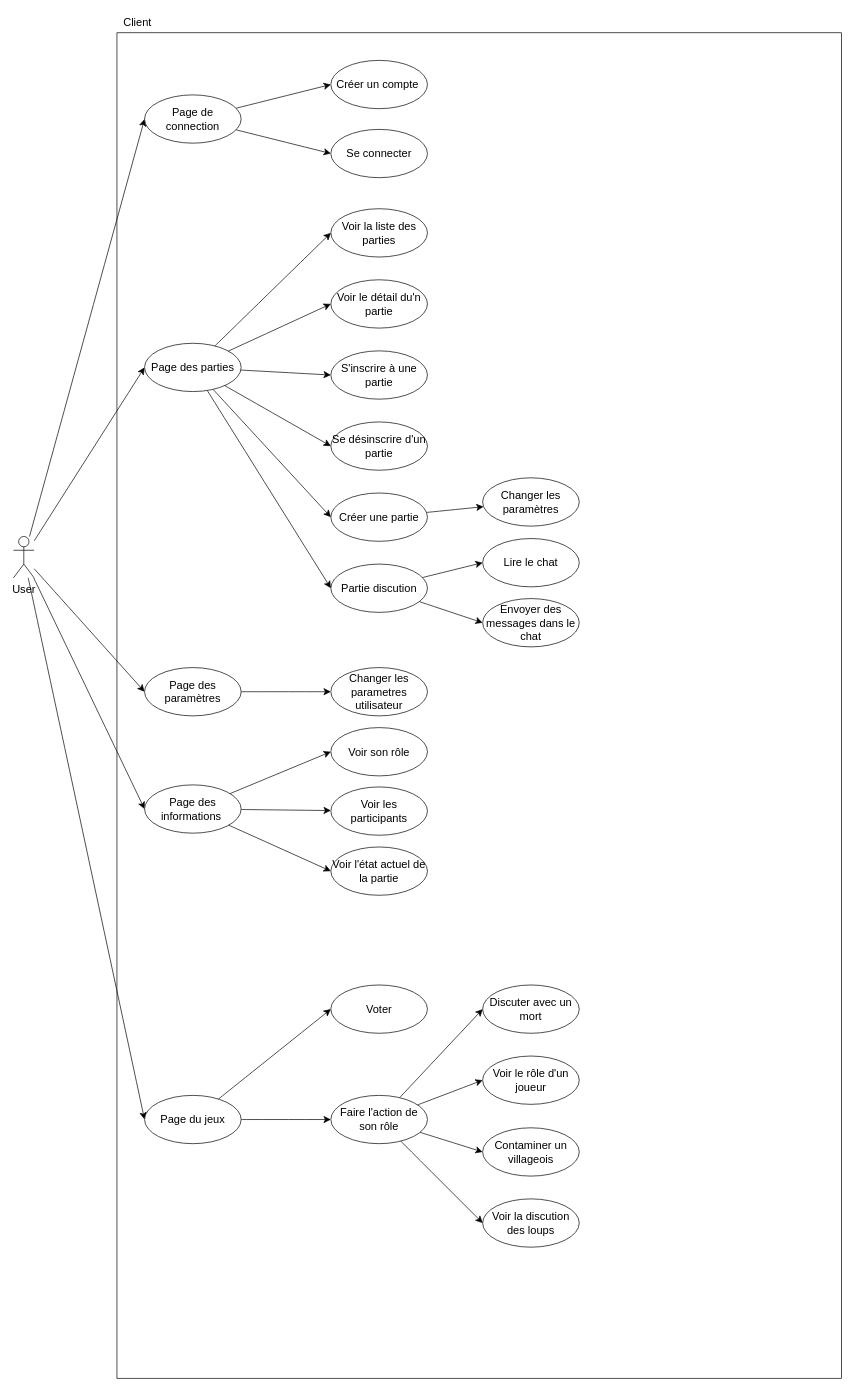
The draw.io diagram documentation/client/use_case_client.drawio in gfhuth/werewolf, before the edit. Source tidied: cells renumbered, new cells numbered last; positions are measured from the earlier drawing's top-left corner, leaving out a move shared by most shapes. Both pictures are drawn from the tidied source at 69%, with x=0, y=0 at pixel (13, 12).
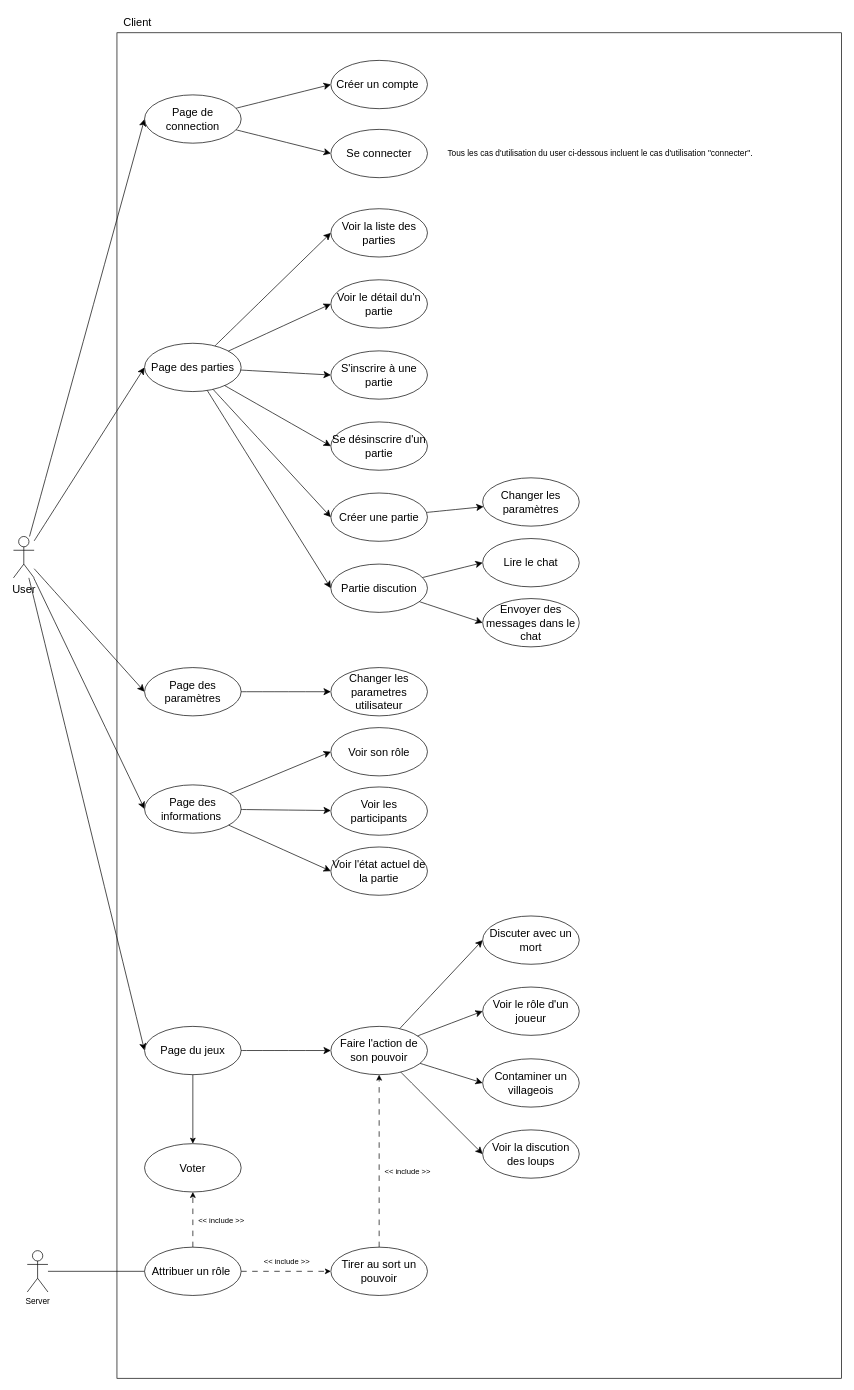
Above is the later version.

Commit message (it also covers changes not shown here):
use case diagramme

The change refers to these unchanged cells:
```xml
<mxCell id="17" value="Page du jeux" style="ellipse;whiteSpace=wrap;html=1;fontSize=16;" parent="10" vertex="1">
  <mxGeometry y="240" width="140" height="70" as="geometry" />
</mxCell>
```

The edit, as a diff of the source:
```diff
@@
     <mxCell id="10" style="group;" parent="1" vertex="1">
-      <mxGeometry x="190" y="1330" width="630" height="460" as="geometry" />
+      <mxGeometry x="190" y="1230" width="630" height="460" as="geometry" />
     </mxCell>
-    <mxCell id="11" value="Voter" style="ellipse;whiteSpace=wrap;html=1;fontSize=16;" parent="10" vertex="1">
-      <mxGeometry x="270" y="80" width="140" height="70" as="geometry" />
-    </mxCell>
@@
-    <mxCell id="13" value="Faire l'action de son rôle" style="ellipse;whiteSpace=wrap;html=1;fontSize=16;" parent="10" vertex="1">
+    <mxCell id="13" value="Faire l'action de son pouvoir" style="ellipse;whiteSpace=wrap;html=1;fontSize=16;" parent="10" vertex="1">
       <mxGeometry x="270" y="240" width="140" height="70" as="geometry" />
     </mxCell>
@@
-    <mxCell id="22" style="edgeStyle=none;curved=1;rounded=0;jettySize=auto;html=1;entryX=0;entryY=0.5;entryDx=0;entryDy=0;fontSize=12;startSize=8;endSize=8;" parent="10" edge="1" source="17" target="11">
-      <mxGeometry relative="1" as="geometry" />
-    </mxCell>
@@
+    <mxCell id="62" style="edgeStyle=none;html=1;entryX=0;entryY=0.5;entryDx=0;entryDy=0;endArrow=none;endFill=0;" parent="1" edge="1" source="63" target="68">
+      <mxGeometry relative="1" as="geometry" />
+    </mxCell>
+    <mxCell id="63" value="Server" style="shape=umlActor;verticalLabelPosition=bottom;verticalAlign=top;html=1;" parent="1" vertex="1">
+      <mxGeometry x="20" y="1795" width="30" height="60" as="geometry" />
+    </mxCell>
+    <mxCell id="64" style="edgeStyle=none;html=1;entryX=0;entryY=0.5;entryDx=0;entryDy=0;dashed=1;dashPattern=8 8;" parent="1" edge="1" source="68" target="71">
+      <mxGeometry relative="1" as="geometry" />
+    </mxCell>
+    <mxCell id="65" value="&amp;lt;&amp;lt; include &amp;gt;&amp;gt;" style="edgeLabel;html=1;align=center;verticalAlign=middle;" parent="64" vertex="1">
+      <mxGeometry x="-0.01" y="-3" relative="1" as="geometry">
+        <mxPoint x="1" y="-18" as="offset" />
+      </mxGeometry>
+    </mxCell>
+    <mxCell id="66" style="edgeStyle=none;html=1;entryX=0.5;entryY=1;entryDx=0;entryDy=0;dashed=1;dashPattern=8 8;endArrow=classic;endFill=1;" parent="1" edge="1" source="68" target="11">
+      <mxGeometry relative="1" as="geometry" />
+    </mxCell>
+    <mxCell id="67" value="&amp;lt;&amp;lt; include &amp;gt;&amp;gt;" style="edgeLabel;html=1;align=center;verticalAlign=middle;" parent="66" vertex="1">
+      <mxGeometry x="0.42" y="-1" relative="1" as="geometry">
+        <mxPoint x="39" y="17" as="offset" />
+      </mxGeometry>
+    </mxCell>
+    <mxCell id="68" value="Attribuer un rôle&amp;nbsp;" style="ellipse;whiteSpace=wrap;html=1;fontSize=16;" parent="1" vertex="1">
+      <mxGeometry x="190" y="1790" width="140" height="70" as="geometry" />
+    </mxCell>
+    <mxCell id="69" style="edgeStyle=none;html=1;dashed=1;dashPattern=8 8;endArrow=classic;endFill=1;" parent="1" edge="1" source="71" target="13">
+      <mxGeometry relative="1" as="geometry" />
+    </mxCell>
+    <mxCell id="70" value="&amp;lt;&amp;lt; include &amp;gt;&amp;gt;" style="edgeLabel;html=1;align=center;verticalAlign=middle;" parent="69" vertex="1">
+      <mxGeometry x="-0.32" y="-1" relative="1" as="geometry">
+        <mxPoint x="39" y="-26" as="offset" />
+      </mxGeometry>
+    </mxCell>
+    <mxCell id="71" value="Tirer au sort un pouvoir" style="ellipse;whiteSpace=wrap;html=1;fontSize=16;" parent="1" vertex="1">
+      <mxGeometry x="460" y="1790" width="140" height="70" as="geometry" />
+    </mxCell>
+    <mxCell id="11" value="Voter" style="ellipse;whiteSpace=wrap;html=1;fontSize=16;" parent="1" vertex="1">
+      <mxGeometry x="190" y="1640" width="140" height="70" as="geometry" />
+    </mxCell>
+    <mxCell id="22" style="edgeStyle=none;html=1;entryX=0.5;entryY=0;entryDx=0;entryDy=0;endArrow=classic;endFill=1;" parent="1" edge="1" source="17" target="11">
+      <mxGeometry relative="1" as="geometry" />
+    </mxCell>
+    <mxCell id="72" value="Tous les cas d'utilisation du user ci-dessous incluent le cas d'utilisation &quot;connecter&quot;." style="text;html=1;align=center;verticalAlign=middle;strokeColor=none;fillColor=none;" parent="1" vertex="1">
+      <mxGeometry x="615" y="190" width="470" height="30" as="geometry" />
+    </mxCell>
```
